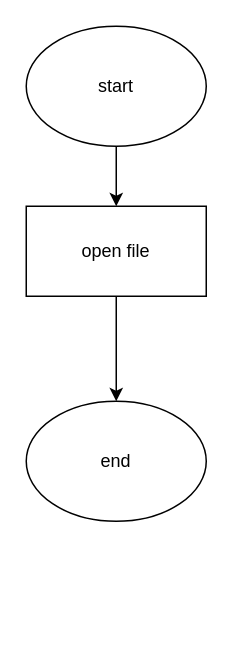
This is page "bai2" (2 of 7) of bai16.drawio from laihoangnam/bai16, a draw.io file, before an edit. Source tidied: cells renumbered, new cells numbered last; positions are measured from the earlier drawing's top-left corner, leaving out a move shared by most shapes. Both pictures are drawn from the tidied source at 150%, with x=0, y=0 at pixel (26, 26).
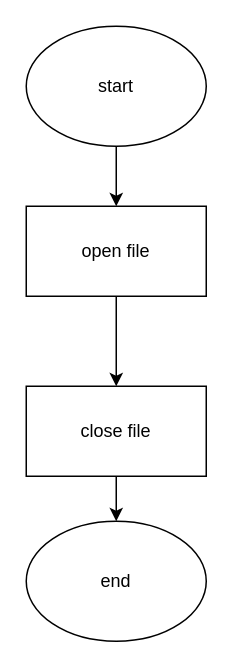
Above is the later version.

The edit, as a diff of the source:
```diff
@@
 <mxGraphModel>
   <root>
     <mxCell id="0" />
     <mxCell id="1" parent="0" />
     <mxCell id="2" style="edgeStyle=orthogonalEdgeStyle;rounded=0;jettySize=auto;html=1;exitX=0.5;exitY=1;exitDx=0;exitDy=0;entryX=0.5;entryY=0;entryDx=0;entryDy=0;" parent="1" edge="1" source="3" target="5">
       <mxGeometry relative="1" as="geometry" />
     </mxCell>
     <mxCell id="3" value="start" style="ellipse;whiteSpace=wrap;html=1;" parent="1" vertex="1">
       <mxGeometry width="120" height="80" as="geometry" />
     </mxCell>
-    <mxCell id="4" style="edgeStyle=orthogonalEdgeStyle;rounded=0;jettySize=auto;html=1;exitX=0.5;exitY=1;exitDx=0;exitDy=0;entryX=0.5;entryY=0;entryDx=0;entryDy=0;" parent="1" edge="1" source="5" target="6">
-      <mxGeometry relative="1" as="geometry" />
-    </mxCell>
+    <mxCell id="7" style="edgeStyle=orthogonalEdgeStyle;rounded=0;jettySize=auto;html=1;exitX=0.5;exitY=1;exitDx=0;exitDy=0;" parent="1" edge="1" source="5" target="9">
+      <mxGeometry relative="1" as="geometry" />
+    </mxCell>
     <mxCell id="5" value="open file" style="rounded=0;whiteSpace=wrap;html=1;" parent="1" vertex="1">
       <mxGeometry y="120" width="120" height="60" as="geometry" />
     </mxCell>
     <mxCell id="6" value="end" style="ellipse;whiteSpace=wrap;html=1;" parent="1" vertex="1">
-      <mxGeometry y="250" width="120" height="80" as="geometry" />
+      <mxGeometry y="330" width="120" height="80" as="geometry" />
     </mxCell>
+    <mxCell id="8" style="edgeStyle=orthogonalEdgeStyle;rounded=0;jettySize=auto;html=1;exitX=0.5;exitY=1;exitDx=0;exitDy=0;entryX=0.5;entryY=0;entryDx=0;entryDy=0;" parent="1" edge="1" source="9" target="6">
+      <mxGeometry relative="1" as="geometry" />
+    </mxCell>
+    <mxCell id="9" value="close file" style="rounded=0;whiteSpace=wrap;html=1;" parent="1" vertex="1">
+      <mxGeometry y="240" width="120" height="60" as="geometry" />
+    </mxCell>
   </root>
 </mxGraphModel>
```
